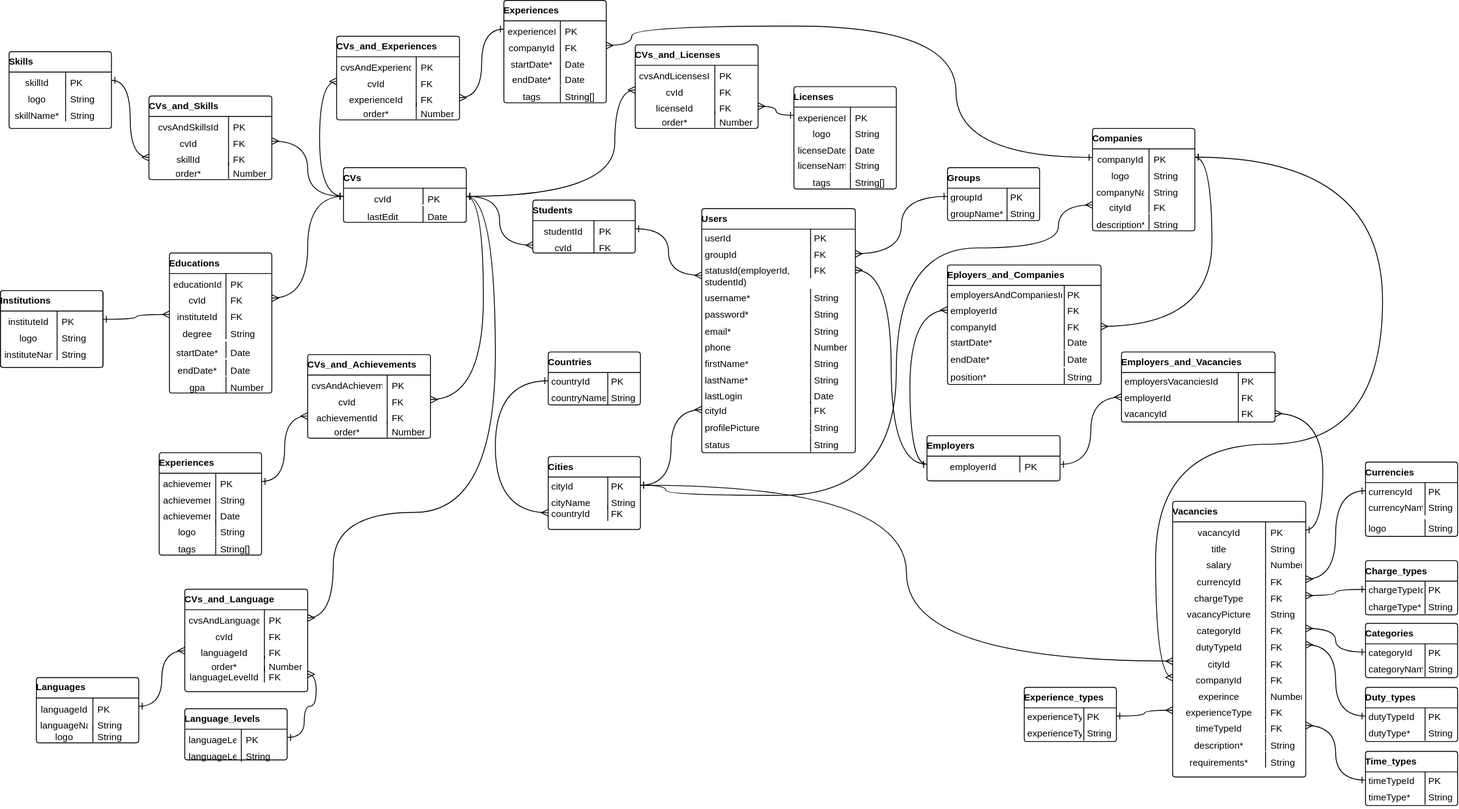
Before: docs/drawio/MentorshipDatabase.drawio.svg, a diagram exported from draw.io (Mentor-ship/Mentorship). Source tidied: cells renumbered, new cells last; positions are measured from the earlier drawing's top-left corner, leaving out a move shared by most shapes.
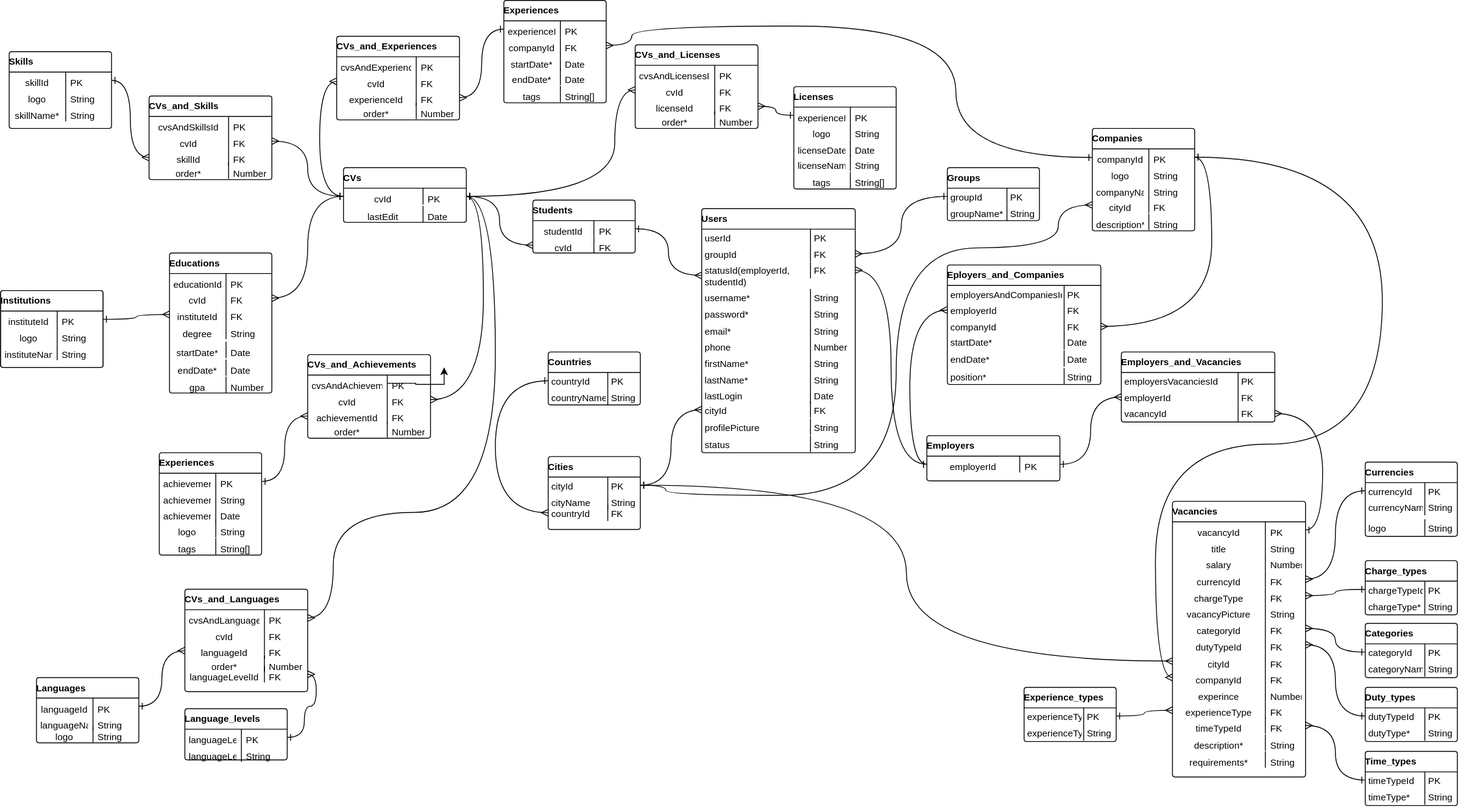
Above is the later version.

Commit message:
CV & Experience, Language added

What changed in the source:
```diff
@@ -654,7 +654,7 @@
     <mxCell id="215" style="edgeStyle=orthogonalEdgeStyle;rounded=0;jettySize=auto;html=1;startArrow=ERmany;startFill=0;endArrow=ERone;endFill=0;curved=1;" parent="1" edge="1" source="201" target="205">
       <mxGeometry relative="1" as="geometry" />
     </mxCell>
-    <mxCell id="216" value="CVs_and_Language" style="html=1;overflow=block;whiteSpace=wrap;swimlane;swimlaneFillColor=#ffffff;startSize=24;whiteSpace=wrap;fontSize=11;fontColor=#000000;align=left;fillColor=#ffffff;whiteSpace=wrap;spacing=0;strokeOpacity=100;fillOpacity=100;rounded=1;absoluteArcSize=1;arcSize=6;whiteSpace=wrap;whiteSpace=wrap;whiteSpace=wrap;whiteSpace=wrap;whiteSpace=wrap;whiteSpace=wrap;whiteSpace=wrap;" parent="1" vertex="1">
+    <mxCell id="216" value="CVs_and_Languages" style="html=1;overflow=block;whiteSpace=wrap;swimlane;swimlaneFillColor=#ffffff;startSize=24;whiteSpace=wrap;fontSize=11;fontColor=#000000;align=left;fillColor=#ffffff;whiteSpace=wrap;spacing=0;strokeOpacity=100;fillOpacity=100;rounded=1;absoluteArcSize=1;arcSize=6;whiteSpace=wrap;whiteSpace=wrap;whiteSpace=wrap;whiteSpace=wrap;whiteSpace=wrap;whiteSpace=wrap;whiteSpace=wrap;" parent="1" vertex="1">
       <mxGeometry x="216" y="690" width="144" height="120" as="geometry" />
     </mxCell>
     <mxCell id="217" value="cvsAndLanguagesId" style="strokeColor=none;align=center;verticalAlign=top;spacingLeft=4;spacingRight=4;overflow=hidden;html=1;swimlaneFillColor=#ffffff;fontSize=11;fontColor=#000000;fillColor=none;strokeOpacity=100;fillOpacity=100;" parent="216" vertex="1">
@@ -985,5 +985,10 @@
     <mxCell id="313" style="edgeStyle=orthogonalEdgeStyle;curved=1;rounded=0;jettySize=auto;html=1;startArrow=ERmany;startFill=0;endArrow=ERone;endFill=0;" parent="1" edge="1" source="82" target="309">
       <mxGeometry relative="1" as="geometry" />
     </mxCell>
+    <mxCell id="314" style="edgeStyle=orthogonalEdgeStyle;rounded=0;jettySize=auto;html=1;" parent="1" edge="1" source="171">
+      <mxGeometry relative="1" as="geometry">
+        <mxPoint x="520" y="430" as="targetPoint" />
+      </mxGeometry>
+    </mxCell>
   </root>
 </mxGraphModel>
```
